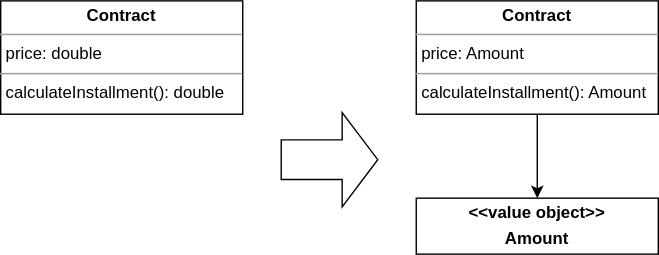
The draw.io diagram images/domain-driven-refactorings/tactical/replace-primitive-with-value-object.drawio.svg in hschwentner/hschwentner.io, before a commit. Source tidied: cells renumbered, new cells last; positions are measured from the earlier drawing's top-left corner, leaving out a move shared by most shapes.
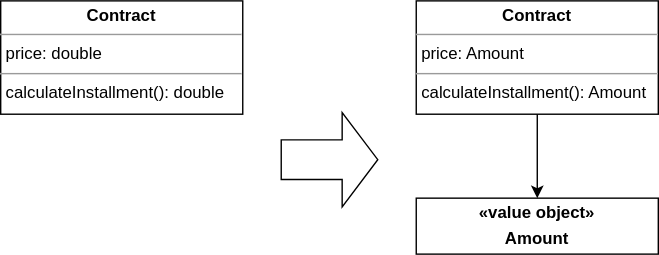
After the commit.

Diff of the diagram source:
```diff
@@ -14,7 +14,7 @@
     <mxCell id="4" value="&lt;p style=&quot;margin: 0px ; margin-top: 4px ; text-align: center&quot;&gt;&lt;b&gt;Contract&lt;/b&gt;&lt;/p&gt;&lt;hr size=&quot;1&quot;&gt;&lt;p style=&quot;margin: 0px ; margin-left: 4px&quot;&gt;price: double&lt;/p&gt;&lt;hr size=&quot;1&quot;&gt;&lt;p style=&quot;margin: 0px ; margin-left: 4px&quot;&gt;&lt;span&gt;calculateInstallment(): double&lt;/span&gt;&lt;/p&gt;" style="verticalAlign=top;align=left;overflow=fill;fontSize=12;fontFamily=Helvetica;html=1;" parent="1" vertex="1">
       <mxGeometry width="173" height="81" as="geometry" />
     </mxCell>
-    <mxCell id="5" value="&lt;p style=&quot;margin: 0px ; margin-top: 4px ; text-align: center&quot;&gt;&lt;b&gt;&amp;lt;&amp;lt;value object&amp;gt;&amp;gt;&lt;/b&gt;&lt;/p&gt;&lt;p style=&quot;margin: 0px ; margin-top: 4px ; text-align: center&quot;&gt;&lt;b&gt;Amount&lt;/b&gt;&lt;/p&gt;" style="verticalAlign=top;align=left;overflow=fill;fontSize=12;fontFamily=Helvetica;html=1;" parent="1" vertex="1">
+    <mxCell id="5" value="&lt;p style=&quot;margin: 0px ; margin-top: 4px ; text-align: center&quot;&gt;&lt;b&gt;«value object»&lt;/b&gt;&lt;/p&gt;&lt;p style=&quot;margin: 0px ; margin-top: 4px ; text-align: center&quot;&gt;&lt;b&gt;Amount&lt;/b&gt;&lt;/p&gt;" style="verticalAlign=top;align=left;overflow=fill;fontSize=12;fontFamily=Helvetica;html=1;" parent="1" vertex="1">
       <mxGeometry x="297" y="141" width="173" height="40" as="geometry" />
     </mxCell>
     <mxCell id="6" style="endArrow=classic;html=1;entryX=0.5;entryY=0;entryDx=0;entryDy=0;exitX=0.5;exitY=1;exitDx=0;exitDy=0;" parent="1" edge="1" source="3" target="5">
```
